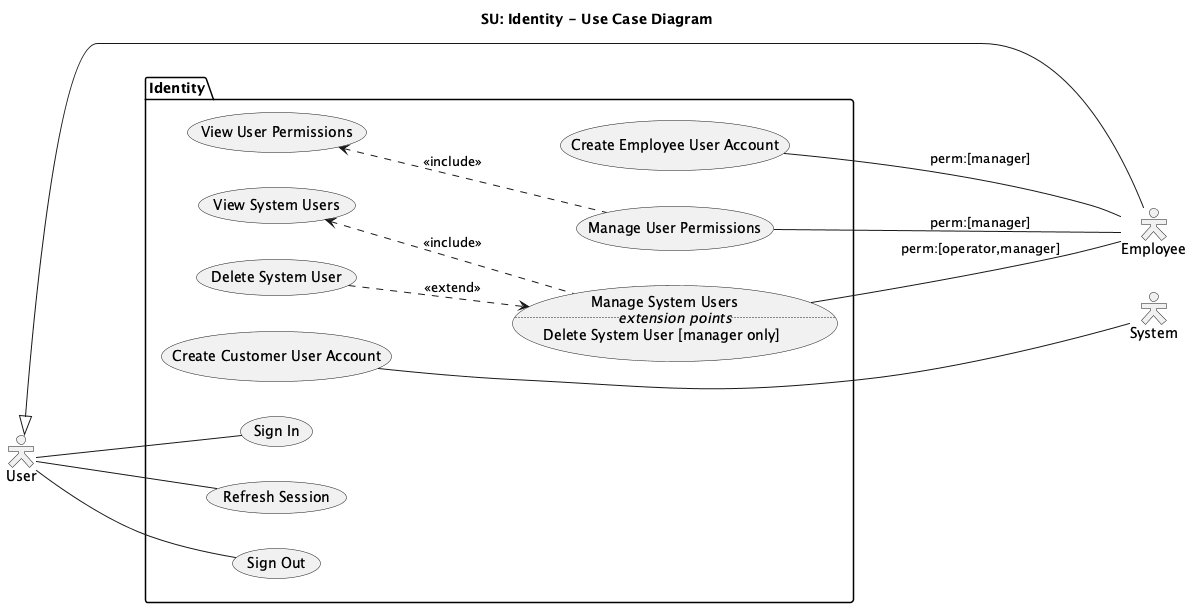
Earlier version of the PlantUML export docs/diagrams/exports/use-case-identity.png (draganovik/matterway).
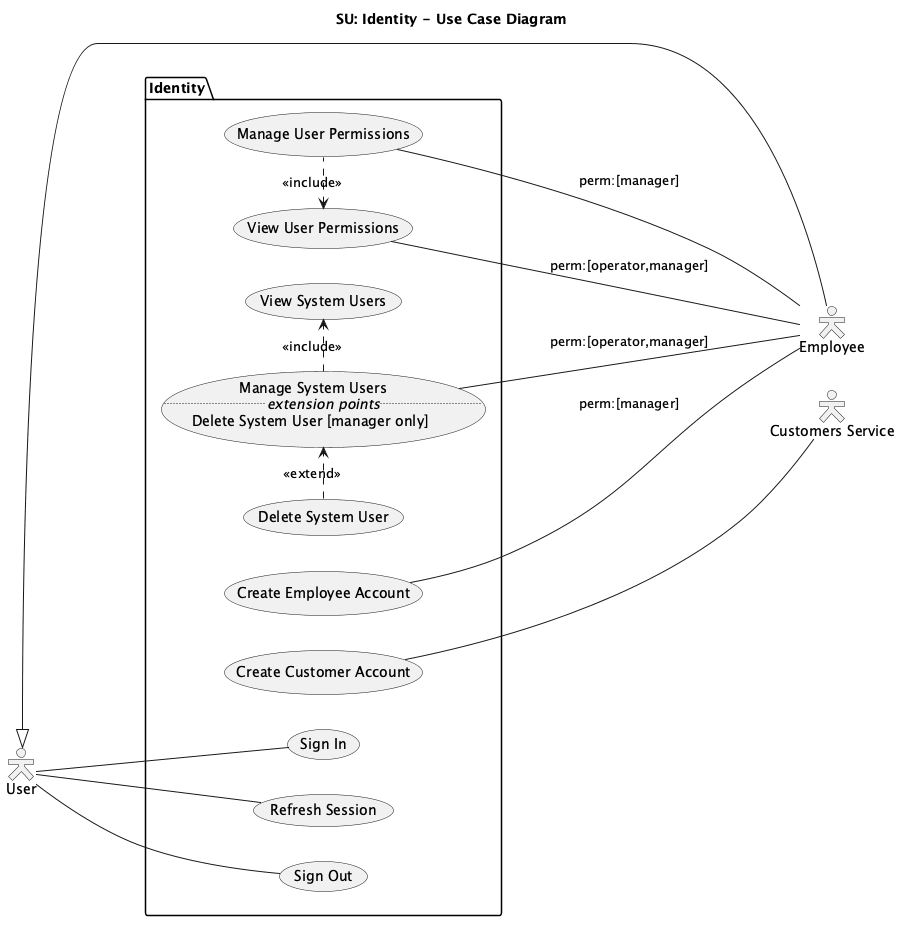
Later version of the same file.

Commit message:
Refine use-case diagrams and regenerate exports

Diff of the diagram source:
```diff
@@ -8,7 +8,7 @@
 
 together {
   actor empl as "Employee"
-  actor sysm as "System"
+  actor sysm as "Customers Service"
 }
 
 user <|-- empl
@@ -26,17 +26,15 @@
   usecase deleteSystemUser as "Delete System User"
   usecase viewSystemUsers as "View System Users"
 
-  together {
-    usecase viewUserPermissions as "View User Permissions"
-    usecase manageUserPermissions as "Manage User Permissions"
-    usecase createEmployeeAccount as "Create Employee User Account"
-  }
+  usecase viewUserPermissions as "View User Permissions"
+  usecase manageUserPermissions as "Manage User Permissions"
+  usecase createAccount as "Create Employee Account"
 
-  usecase createCustomerAccount as "Create Customer User Account"
+  usecase createCustomerAccount as "Create Customer Account"
 
-  manageUserPermissions .u.> viewUserPermissions : <<include>>
-  manageSystemUsers .u.> viewSystemUsers : <<include>>
-  manageSystemUsers <.u. deleteSystemUser : <<extend>>
+  manageUserPermissions .l.> viewUserPermissions : <<include>>
+  manageSystemUsers .r.> viewSystemUsers : <<include>>
+  manageSystemUsers <.l. deleteSystemUser : <<extend>>
 }
 
 user --- signIn
@@ -45,8 +43,9 @@
 
 manageSystemUsers --- empl : perm:[operator,manager]
 
+viewUserPermissions --- empl : perm:[operator,manager]
 manageUserPermissions --- empl : perm:[manager]
-createEmployeeAccount --- empl : perm:[manager]
+createAccount --- empl : perm:[manager]
 
 createCustomerAccount --- sysm
 @enduml
```
